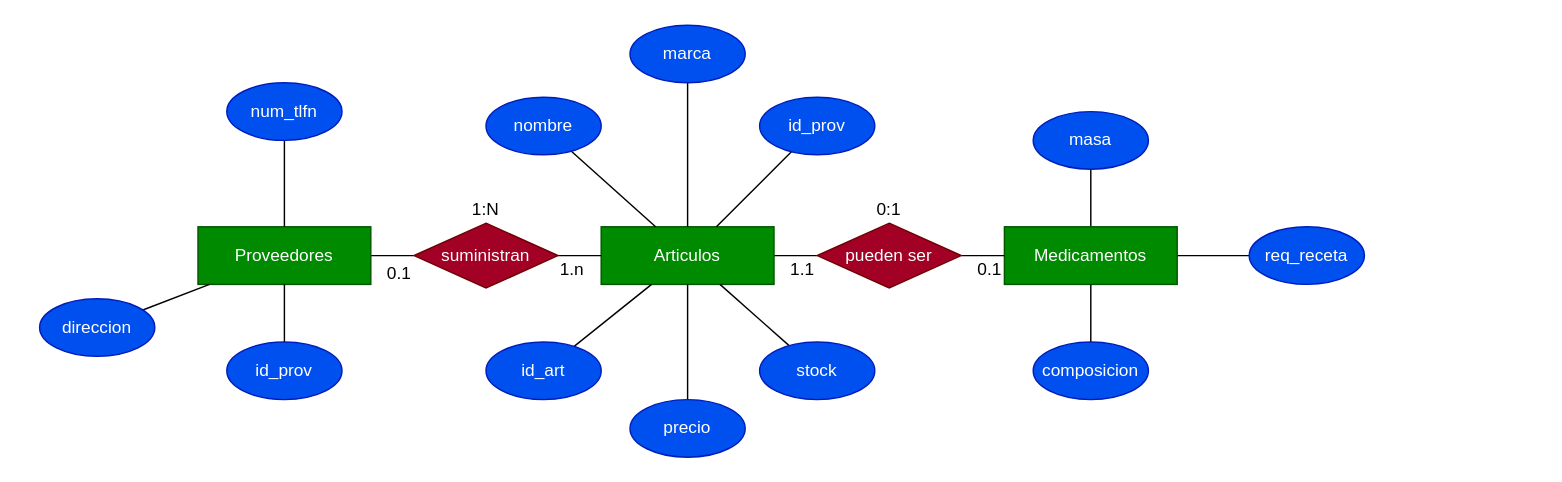
Above: src/docs/mer.drawio in alexaib2002/dam-proyecto_integrador_1 (draw.io), before the change. Source tidied: cells renumbered, new cells numbered last; positions are measured from the earlier drawing's top-left corner, leaving out a move shared by most shapes. Both pictures are drawn from the tidied source at 144%, with x=0, y=0 at pixel (39, 24).
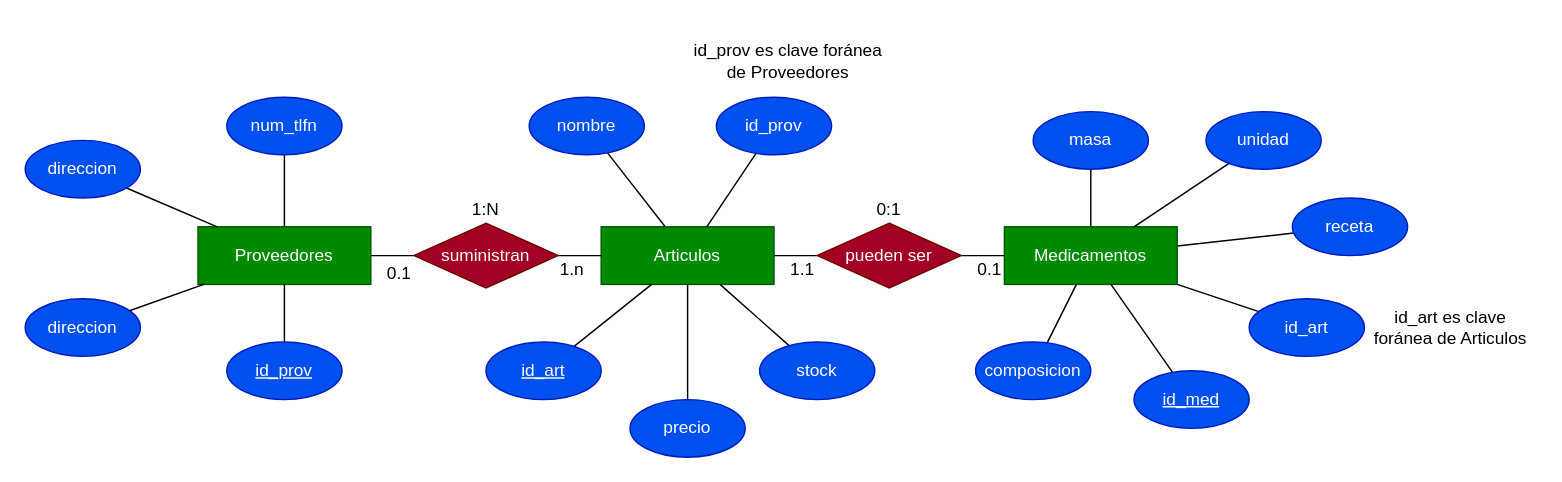
The same page after the edit.

Commit message (it also covers changes not shown here):
updated ddbb model

Unchanged cells that the change refers to:
```xml
<mxCell id="3" value="Proveedores" style="rounded=0;whiteSpace=wrap;html=1;fillColor=#008a00;fontColor=#ffffff;strokeColor=#005700;" parent="1" vertex="1">
  <mxGeometry x="110" y="140" width="120" height="40" as="geometry" />
</mxCell>
<mxCell id="5" value="Articulos" style="rounded=0;whiteSpace=wrap;html=1;fillColor=#008a00;fontColor=#ffffff;strokeColor=#005700;" parent="1" vertex="1">
  <mxGeometry x="390" y="140" width="120" height="40" as="geometry" />
</mxCell>
<mxCell id="8" value="Medicamentos" style="rounded=0;whiteSpace=wrap;html=1;fillColor=#008a00;fontColor=#ffffff;strokeColor=#005700;" parent="1" vertex="1">
  <mxGeometry x="670" y="140" width="120" height="40" as="geometry" />
</mxCell>
```

What changed in the source:
```diff
@@
     <mxCell id="14" value="num_tlfn" style="ellipse;whiteSpace=wrap;html=1;fillColor=#0050ef;fontColor=#ffffff;strokeColor=#001DBC;" parent="1" vertex="1">
-      <mxGeometry x="130" y="40" width="80" height="40" as="geometry" />
+      <mxGeometry x="130" y="50" width="80" height="40" as="geometry" />
     </mxCell>
@@
     <mxCell id="16" value="direccion" style="ellipse;whiteSpace=wrap;html=1;fillColor=#0050ef;fontColor=#ffffff;strokeColor=#001DBC;" parent="1" vertex="1">
-      <mxGeometry y="190" width="80" height="40" as="geometry" />
+      <mxGeometry x="-10" y="80" width="80" height="40" as="geometry" />
     </mxCell>
@@
-    <mxCell id="18" value="id_prov" style="ellipse;whiteSpace=wrap;html=1;fillColor=#0050ef;fontColor=#ffffff;strokeColor=#001DBC;" parent="1" vertex="1">
+    <mxCell id="18" value="&lt;u&gt;id_prov&lt;/u&gt;" style="ellipse;whiteSpace=wrap;html=1;fillColor=#0050ef;fontColor=#ffffff;strokeColor=#001DBC;" parent="1" vertex="1">
       <mxGeometry x="130" y="220" width="80" height="40" as="geometry" />
     </mxCell>
@@
     <mxCell id="20" value="nombre" style="ellipse;whiteSpace=wrap;html=1;fillColor=#0050ef;fontColor=#ffffff;strokeColor=#001DBC;" parent="1" vertex="1">
-      <mxGeometry x="310" y="50" width="80" height="40" as="geometry" />
+      <mxGeometry x="340" y="50" width="80" height="40" as="geometry" />
     </mxCell>
-    <mxCell id="21" style="edgeStyle=none;rounded=0;jettySize=auto;html=1;endArrow=none;endFill=0;" parent="1" edge="1" source="22" target="5">
-      <mxGeometry relative="1" as="geometry" />
-    </mxCell>
-    <mxCell id="22" value="marca" style="ellipse;whiteSpace=wrap;html=1;fillColor=#0050ef;fontColor=#ffffff;strokeColor=#001DBC;" parent="1" vertex="1">
-      <mxGeometry x="410" width="80" height="40" as="geometry" />
-    </mxCell>
@@
-    <mxCell id="26" value="id_art" style="ellipse;whiteSpace=wrap;html=1;fillColor=#0050ef;fontColor=#ffffff;strokeColor=#001DBC;" parent="1" vertex="1">
+    <mxCell id="26" value="&lt;u&gt;id_art&lt;/u&gt;" style="ellipse;whiteSpace=wrap;html=1;fillColor=#0050ef;fontColor=#ffffff;strokeColor=#001DBC;" parent="1" vertex="1">
       <mxGeometry x="310" y="220" width="80" height="40" as="geometry" />
     </mxCell>
@@
     <mxCell id="28" value="id_prov" style="ellipse;whiteSpace=wrap;html=1;fillColor=#0050ef;fontColor=#ffffff;strokeColor=#001DBC;" parent="1" vertex="1">
-      <mxGeometry x="500" y="50" width="80" height="40" as="geometry" />
+      <mxGeometry x="470" y="50" width="80" height="40" as="geometry" />
     </mxCell>
@@
-    <mxCell id="32" value="req_receta" style="ellipse;whiteSpace=wrap;html=1;fillColor=#0050ef;fontColor=#ffffff;strokeColor=#001DBC;" parent="1" vertex="1">
-      <mxGeometry x="840" y="140" width="80" height="40" as="geometry" />
+    <mxCell id="32" value="receta" style="ellipse;whiteSpace=wrap;html=1;fillColor=#0050ef;fontColor=#ffffff;strokeColor=#001DBC;" parent="1" vertex="1">
+      <mxGeometry x="870" y="120" width="80" height="40" as="geometry" />
     </mxCell>
@@
     <mxCell id="34" value="composicion" style="ellipse;whiteSpace=wrap;html=1;fillColor=#0050ef;fontColor=#ffffff;strokeColor=#001DBC;" parent="1" vertex="1">
-      <mxGeometry x="690" y="220" width="80" height="40" as="geometry" />
+      <mxGeometry x="650" y="220" width="80" height="40" as="geometry" />
     </mxCell>
@@
+    <mxCell id="41" value="direccion" style="ellipse;whiteSpace=wrap;html=1;fillColor=#0050ef;fontColor=#ffffff;strokeColor=#001DBC;" parent="1" vertex="1">
+      <mxGeometry x="-10" y="190" width="80" height="40" as="geometry" />
+    </mxCell>
+    <mxCell id="42" style="edgeStyle=none;rounded=0;jettySize=auto;html=1;endArrow=none;endFill=0;" parent="1" edge="1" source="41" target="3">
+      <mxGeometry relative="1" as="geometry" />
+    </mxCell>
+    <mxCell id="43" style="rounded=0;jettySize=auto;html=1;endArrow=none;endFill=0;" parent="1" edge="1" source="44" target="8">
+      <mxGeometry relative="1" as="geometry" />
+    </mxCell>
+    <mxCell id="44" value="&lt;u&gt;id_med&lt;/u&gt;" style="ellipse;whiteSpace=wrap;html=1;fillColor=#0050ef;fontColor=#ffffff;strokeColor=#001DBC;" parent="1" vertex="1">
+      <mxGeometry x="760" y="240" width="80" height="40" as="geometry" />
+    </mxCell>
+    <mxCell id="45" style="edgeStyle=none;rounded=0;jettySize=auto;html=1;endArrow=none;endFill=0;" parent="1" edge="1" source="46" target="8">
+      <mxGeometry relative="1" as="geometry" />
+    </mxCell>
+    <mxCell id="46" value="id_art" style="ellipse;whiteSpace=wrap;html=1;fillColor=#0050ef;fontColor=#ffffff;strokeColor=#001DBC;" parent="1" vertex="1">
+      <mxGeometry x="840" y="190" width="80" height="40" as="geometry" />
+    </mxCell>
+    <mxCell id="47" style="edgeStyle=none;rounded=0;jettySize=auto;html=1;endArrow=none;endFill=0;" parent="1" edge="1" source="48" target="8">
+      <mxGeometry relative="1" as="geometry" />
+    </mxCell>
+    <mxCell id="48" value="unidad" style="ellipse;whiteSpace=wrap;html=1;fillColor=#0050ef;fontColor=#ffffff;strokeColor=#001DBC;" parent="1" vertex="1">
+      <mxGeometry x="810" y="60" width="80" height="40" as="geometry" />
+    </mxCell>
+    <mxCell id="49" value="id_art es clave foránea de Articulos" style="text;html=1;strokeColor=none;fillColor=none;align=center;verticalAlign=middle;whiteSpace=wrap;rounded=0;" parent="1" vertex="1">
+      <mxGeometry x="920" y="195" width="120" height="30" as="geometry" />
+    </mxCell>
+    <mxCell id="50" value="id_prov es clave foránea de Proveedores" style="text;html=1;strokeColor=none;fillColor=none;align=center;verticalAlign=middle;whiteSpace=wrap;rounded=0;" parent="1" vertex="1">
+      <mxGeometry x="450" y="10" width="140" height="30" as="geometry" />
+    </mxCell>
```
